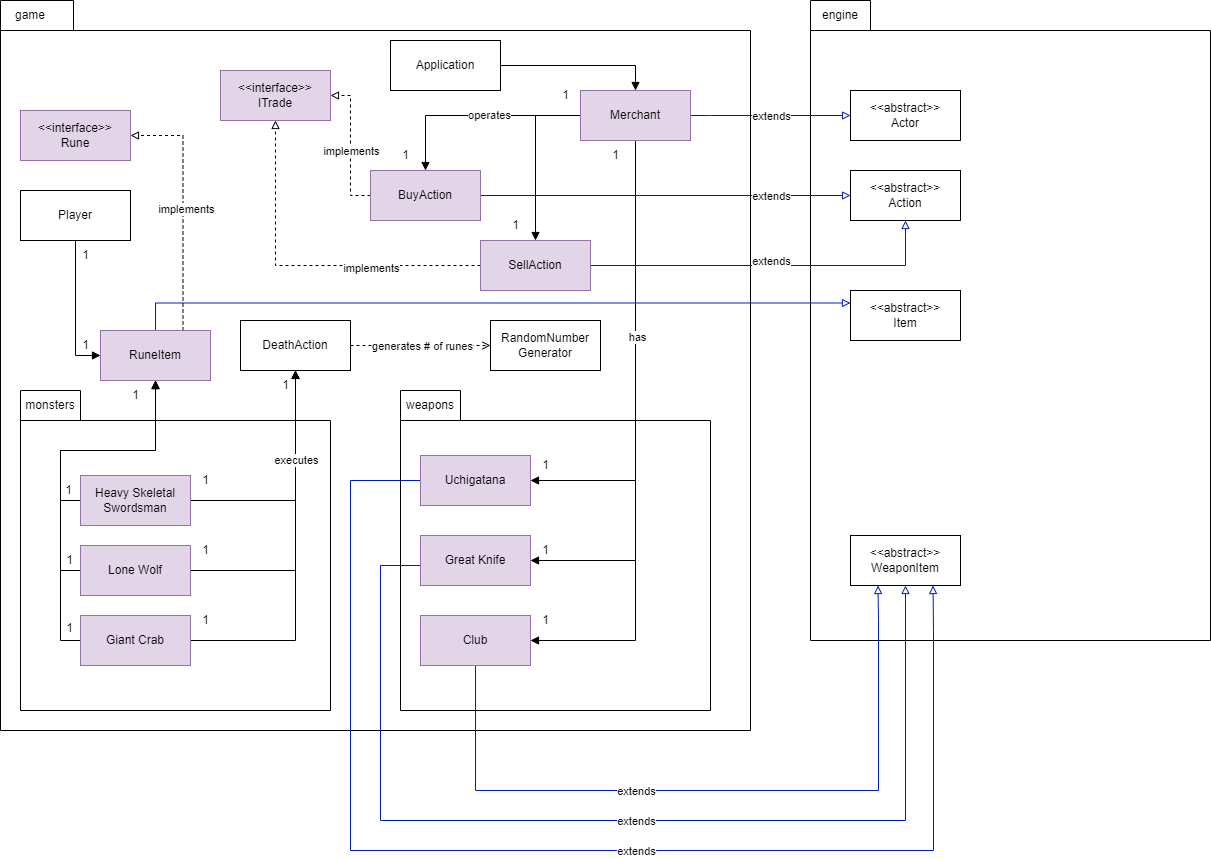
Before: docs/FIT2099 Assignment 1 Req 2 UML Diagram.drawio.png, a diagram exported from draw.io (hyynes/monash-fit2099). Source tidied: cells renumbered, new cells last; positions are measured from the earlier drawing's top-left corner, leaving out a move shared by most shapes.
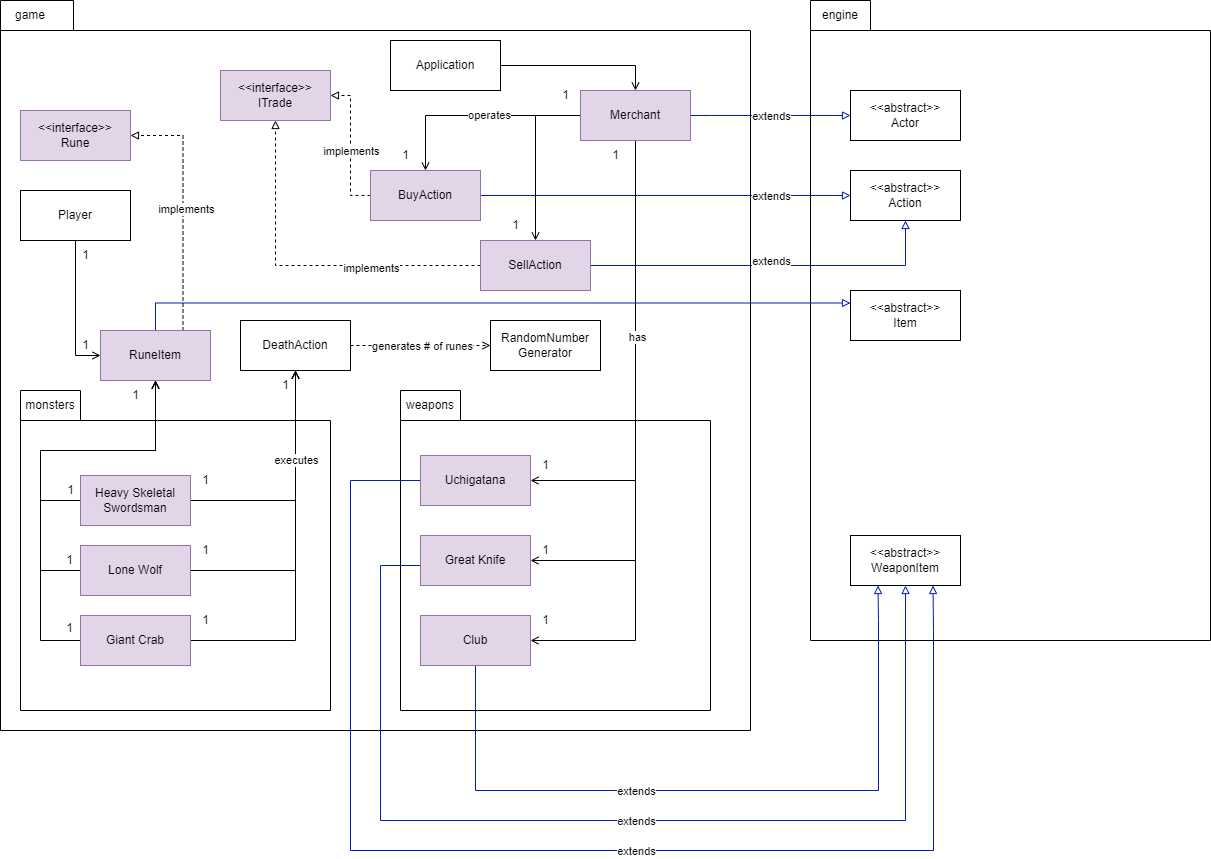
After the commit.

Commit message:
replaced association arrows, used ResetManager instead of GameReset

Diff of the diagram source:
```diff
@@ -11,7 +11,7 @@
     <mxCell id="4" style="shape=folder;fontStyle=1;spacingTop=10;tabWidth=60;tabHeight=30;tabPosition=left;html=1;whiteSpace=wrap;" parent="1" vertex="1">
       <mxGeometry x="20" y="390" width="310" height="320" as="geometry" />
     </mxCell>
-    <mxCell id="5" style="edgeStyle=orthogonalEdgeStyle;rounded=0;jettySize=auto;html=1;exitX=0.5;exitY=1;exitDx=0;exitDy=0;entryX=0;entryY=0.5;entryDx=0;entryDy=0;endArrow=block;endFill=1;" parent="1" edge="1" source="6" target="73">
+    <mxCell id="5" style="edgeStyle=orthogonalEdgeStyle;rounded=0;jettySize=auto;html=1;exitX=0.5;exitY=1;exitDx=0;exitDy=0;entryX=0;entryY=0.5;entryDx=0;entryDy=0;endArrow=open;endFill=0;" parent="1" edge="1" source="6" target="73">
       <mxGeometry relative="1" as="geometry" />
     </mxCell>
     <mxCell id="6" value="Player" style="html=1;whiteSpace=wrap;" parent="1" vertex="1">
@@ -23,14 +23,14 @@
     <mxCell id="8" value="engine" style="text;html=1;strokeColor=none;fillColor=none;align=center;verticalAlign=middle;whiteSpace=wrap;rounded=0;" parent="1" vertex="1">
       <mxGeometry x="810" width="60" height="30" as="geometry" />
     </mxCell>
-    <mxCell id="9" style="edgeStyle=orthogonalEdgeStyle;rounded=0;jettySize=auto;html=1;exitX=1;exitY=0.5;exitDx=0;exitDy=0;entryX=0.5;entryY=1;entryDx=0;entryDy=0;" parent="1" edge="1" source="11" target="28">
+    <mxCell id="9" style="edgeStyle=orthogonalEdgeStyle;rounded=0;jettySize=auto;html=1;exitX=1;exitY=0.5;exitDx=0;exitDy=0;entryX=0.5;entryY=1;entryDx=0;entryDy=0;endArrow=open;endFill=0;" parent="1" edge="1" source="11" target="28">
       <mxGeometry relative="1" as="geometry" />
     </mxCell>
-    <mxCell id="10" style="edgeStyle=orthogonalEdgeStyle;rounded=0;jettySize=auto;html=1;exitX=0;exitY=0.5;exitDx=0;exitDy=0;entryX=0.5;entryY=1;entryDx=0;entryDy=0;endArrow=block;endFill=1;" parent="1" edge="1" source="11" target="73">
+    <mxCell id="10" style="edgeStyle=orthogonalEdgeStyle;rounded=0;jettySize=auto;html=1;exitX=0;exitY=0.5;exitDx=0;exitDy=0;entryX=0.5;entryY=1;entryDx=0;entryDy=0;endArrow=open;endFill=0;" parent="1" edge="1" source="11" target="73">
       <mxGeometry relative="1" as="geometry">
         <Array as="points">
-          <mxPoint x="60" y="500" />
-          <mxPoint x="60" y="450" />
+          <mxPoint x="40" y="500" />
+          <mxPoint x="40" y="450" />
           <mxPoint x="155" y="450" />
         </Array>
       </mxGeometry>
@@ -38,14 +38,14 @@
     <mxCell id="11" value="Heavy Skeletal Swordsman" style="html=1;whiteSpace=wrap;fillColor=#e1d5e7;strokeColor=#9673a6;" parent="1" vertex="1">
       <mxGeometry x="80" y="475" width="110" height="50" as="geometry" />
     </mxCell>
-    <mxCell id="12" style="edgeStyle=orthogonalEdgeStyle;rounded=0;jettySize=auto;html=1;exitX=1;exitY=0.5;exitDx=0;exitDy=0;" parent="1" edge="1" source="14" target="28">
+    <mxCell id="12" style="edgeStyle=orthogonalEdgeStyle;rounded=0;jettySize=auto;html=1;exitX=1;exitY=0.5;exitDx=0;exitDy=0;endArrow=open;endFill=0;" parent="1" edge="1" source="14" target="28">
       <mxGeometry relative="1" as="geometry" />
     </mxCell>
-    <mxCell id="13" style="edgeStyle=orthogonalEdgeStyle;rounded=0;jettySize=auto;html=1;exitX=0;exitY=0.5;exitDx=0;exitDy=0;endArrow=block;endFill=1;" parent="1" edge="1" source="14" target="73">
+    <mxCell id="13" style="edgeStyle=orthogonalEdgeStyle;rounded=0;jettySize=auto;html=1;exitX=0;exitY=0.5;exitDx=0;exitDy=0;endArrow=open;endFill=0;" parent="1" edge="1" source="14" target="73">
       <mxGeometry relative="1" as="geometry">
         <Array as="points">
-          <mxPoint x="60" y="570" />
-          <mxPoint x="60" y="450" />
+          <mxPoint x="40" y="570" />
+          <mxPoint x="40" y="450" />
           <mxPoint x="155" y="450" />
         </Array>
       </mxGeometry>
@@ -53,7 +53,7 @@
     <mxCell id="14" value="Lone Wolf" style="html=1;whiteSpace=wrap;fillColor=#e1d5e7;strokeColor=#9673a6;" parent="1" vertex="1">
       <mxGeometry x="80" y="545" width="110" height="50" as="geometry" />
     </mxCell>
-    <mxCell id="15" style="edgeStyle=orthogonalEdgeStyle;rounded=0;jettySize=auto;html=1;exitX=1;exitY=0.5;exitDx=0;exitDy=0;endArrow=block;endFill=1;" parent="1" edge="1" source="18" target="28">
+    <mxCell id="15" style="edgeStyle=orthogonalEdgeStyle;rounded=0;jettySize=auto;html=1;exitX=1;exitY=0.5;exitDx=0;exitDy=0;endArrow=open;endFill=0;" parent="1" edge="1" source="18" target="28">
       <mxGeometry relative="1" as="geometry" />
     </mxCell>
     <mxCell id="16" value="executes" style="edgeLabel;html=1;align=center;verticalAlign=middle;" parent="15" vertex="1">
@@ -61,11 +61,11 @@
         <mxPoint x="-4" y="-11" as="offset" />
       </mxGeometry>
     </mxCell>
-    <mxCell id="17" style="edgeStyle=orthogonalEdgeStyle;rounded=0;jettySize=auto;html=1;exitX=0;exitY=0.5;exitDx=0;exitDy=0;endArrow=block;endFill=1;" parent="1" edge="1" source="18" target="73">
+    <mxCell id="17" style="edgeStyle=orthogonalEdgeStyle;rounded=0;jettySize=auto;html=1;exitX=0;exitY=0.5;exitDx=0;exitDy=0;endArrow=open;endFill=0;" parent="1" edge="1" source="18" target="73">
       <mxGeometry relative="1" as="geometry">
         <Array as="points">
-          <mxPoint x="60" y="640" />
-          <mxPoint x="60" y="450" />
+          <mxPoint x="40" y="640" />
+          <mxPoint x="40" y="450" />
           <mxPoint x="155" y="450" />
         </Array>
       </mxGeometry>
@@ -86,13 +86,13 @@
         <mxPoint x="60" y="-2" as="offset" />
       </mxGeometry>
     </mxCell>
-    <mxCell id="21" style="edgeStyle=orthogonalEdgeStyle;rounded=0;jettySize=auto;html=1;exitX=0;exitY=0.5;exitDx=0;exitDy=0;endArrow=block;endFill=1;" parent="1" edge="1" source="24" target="59">
+    <mxCell id="21" style="edgeStyle=orthogonalEdgeStyle;rounded=0;jettySize=auto;html=1;exitX=0;exitY=0.5;exitDx=0;exitDy=0;endArrow=open;endFill=0;" parent="1" edge="1" source="24" target="59">
       <mxGeometry relative="1" as="geometry" />
     </mxCell>
     <mxCell id="22" value="operates" style="edgeLabel;html=1;align=center;verticalAlign=middle;" parent="21" vertex="1">
       <mxGeometry x="-0.12" y="-1" relative="1" as="geometry" />
     </mxCell>
-    <mxCell id="23" style="edgeStyle=orthogonalEdgeStyle;rounded=0;jettySize=auto;html=1;exitX=0;exitY=0.5;exitDx=0;exitDy=0;entryX=0.5;entryY=0;entryDx=0;entryDy=0;endArrow=block;endFill=1;" parent="1" edge="1" source="24" target="64">
+    <mxCell id="23" style="edgeStyle=orthogonalEdgeStyle;rounded=0;jettySize=auto;html=1;exitX=0;exitY=0.5;exitDx=0;exitDy=0;entryX=0.5;entryY=0;entryDx=0;entryDy=0;endArrow=open;endFill=0;" parent="1" edge="1" source="24" target="64">
       <mxGeometry relative="1" as="geometry" />
     </mxCell>
     <mxCell id="24" value="Merchant" style="html=1;whiteSpace=wrap;" parent="1" vertex="1">
@@ -115,7 +115,7 @@
     <mxCell id="29" style="shape=folder;fontStyle=1;spacingTop=10;tabWidth=60;tabHeight=30;tabPosition=left;html=1;whiteSpace=wrap;" parent="1" vertex="1">
       <mxGeometry x="400" y="390" width="310" height="320" as="geometry" />
     </mxCell>
-    <mxCell id="30" style="edgeStyle=orthogonalEdgeStyle;rounded=0;jettySize=auto;html=1;exitX=0.5;exitY=1;exitDx=0;exitDy=0;entryX=1;entryY=0.5;entryDx=0;entryDy=0;endArrow=block;endFill=1;" parent="1" edge="1" source="24" target="33">
+    <mxCell id="30" style="edgeStyle=orthogonalEdgeStyle;rounded=0;jettySize=auto;html=1;exitX=0.5;exitY=1;exitDx=0;exitDy=0;entryX=1;entryY=0.5;entryDx=0;entryDy=0;endArrow=open;endFill=0;" parent="1" edge="1" source="24" target="33">
       <mxGeometry relative="1" as="geometry" />
     </mxCell>
     <mxCell id="31" style="edgeStyle=orthogonalEdgeStyle;rounded=0;jettySize=auto;html=1;exitX=0;exitY=0.5;exitDx=0;exitDy=0;entryX=0.75;entryY=1;entryDx=0;entryDy=0;endArrow=block;endFill=0;fillColor=#0050ef;strokeColor=#001DBC;" parent="1" edge="1" source="33" target="69">
@@ -177,10 +177,10 @@
     <mxCell id="41" value="weapons" style="text;html=1;strokeColor=none;fillColor=none;align=center;verticalAlign=middle;whiteSpace=wrap;rounded=0;" parent="1" vertex="1">
       <mxGeometry x="400" y="390" width="60" height="30" as="geometry" />
     </mxCell>
-    <mxCell id="42" style="edgeStyle=orthogonalEdgeStyle;rounded=0;jettySize=auto;html=1;exitX=0.5;exitY=1;exitDx=0;exitDy=0;entryX=1;entryY=0.5;entryDx=0;entryDy=0;endArrow=block;endFill=1;" parent="1" edge="1" source="24" target="36">
+    <mxCell id="42" style="edgeStyle=orthogonalEdgeStyle;rounded=0;jettySize=auto;html=1;exitX=0.5;exitY=1;exitDx=0;exitDy=0;entryX=1;entryY=0.5;entryDx=0;entryDy=0;endArrow=open;endFill=0;" parent="1" edge="1" source="24" target="36">
       <mxGeometry relative="1" as="geometry" />
     </mxCell>
-    <mxCell id="43" style="edgeStyle=orthogonalEdgeStyle;rounded=0;jettySize=auto;html=1;exitX=0.5;exitY=1;exitDx=0;exitDy=0;entryX=1;entryY=0.5;entryDx=0;entryDy=0;endArrow=block;endFill=1;" parent="1" edge="1" source="24" target="39">
+    <mxCell id="43" style="edgeStyle=orthogonalEdgeStyle;rounded=0;jettySize=auto;html=1;exitX=0.5;exitY=1;exitDx=0;exitDy=0;entryX=1;entryY=0.5;entryDx=0;entryDy=0;endArrow=open;endFill=0;" parent="1" edge="1" source="24" target="39">
       <mxGeometry relative="1" as="geometry" />
     </mxCell>
     <mxCell id="44" value="has" style="edgeLabel;html=1;align=center;verticalAlign=middle;" parent="43" vertex="1">
@@ -285,7 +285,7 @@
       <mxGeometry x="850" y="290" width="110" height="50" as="geometry" />
     </mxCell>
     <mxCell id="75" value="1" style="text;html=1;align=center;verticalAlign=middle;strokeColor=none;fillColor=none;" parent="1" vertex="1">
-      <mxGeometry x="53" y="475" width="30" height="30" as="geometry" />
+      <mxGeometry x="55" y="475" width="30" height="30" as="geometry" />
     </mxCell>
     <mxCell id="76" value="1" style="text;html=1;align=center;verticalAlign=middle;strokeColor=none;fillColor=none;" parent="1" vertex="1">
       <mxGeometry x="54" y="545" width="30" height="30" as="geometry" />
@@ -323,7 +323,7 @@
     <mxCell id="87" value="SellAction" style="html=1;whiteSpace=wrap;fillColor=#e1d5e7;strokeColor=#9673a6;" parent="1" vertex="1">
       <mxGeometry x="480" y="240" width="110" height="50" as="geometry" />
     </mxCell>
-    <mxCell id="88" style="edgeStyle=orthogonalEdgeStyle;rounded=0;jettySize=auto;html=1;exitX=1;exitY=0.5;exitDx=0;exitDy=0;entryX=0.5;entryY=0;entryDx=0;entryDy=0;endArrow=block;endFill=1;" parent="1" edge="1" source="89" target="86">
+    <mxCell id="88" style="edgeStyle=orthogonalEdgeStyle;rounded=0;jettySize=auto;html=1;exitX=1;exitY=0.5;exitDx=0;exitDy=0;entryX=0.5;entryY=0;entryDx=0;entryDy=0;endArrow=open;endFill=0;" parent="1" edge="1" source="89" target="86">
       <mxGeometry relative="1" as="geometry" />
     </mxCell>
     <mxCell id="89" value="Application" style="html=1;whiteSpace=wrap;" parent="1" vertex="1">
```
